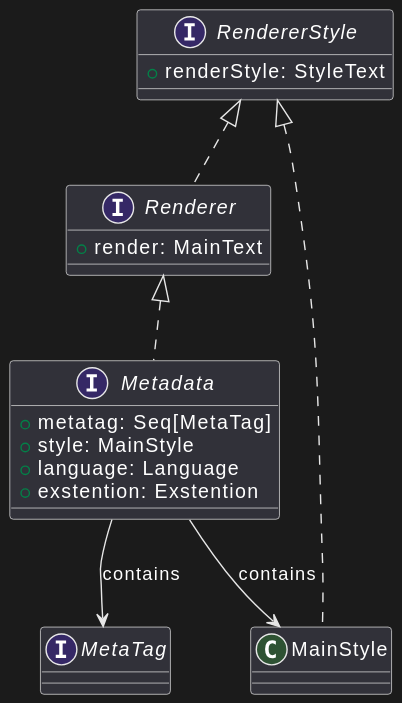
This is docs/diagram/metadataUML.svg from PPS-24-Papyrus/PPS-24-papyrus, a PlantUML export, as it was before one commit. Its diagram source:
```plantuml
@startuml
interface RendererStyle {
    +renderStyle: StyleText
}

interface Renderer {
    +render: MainText
}

interface Metadata {
    +metatag: Seq[MetaTag]
    +style: MainStyle
    +language: Language
    +exstention: Exstention
}

interface MetaTag {
}

class MainStyle {
}

RendererStyle <|.. Renderer
Renderer <|.. Metadata
RendererStyle <|.. MainStyle

Metadata --> MainStyle : contains
Metadata --> MetaTag : contains
@enduml
```
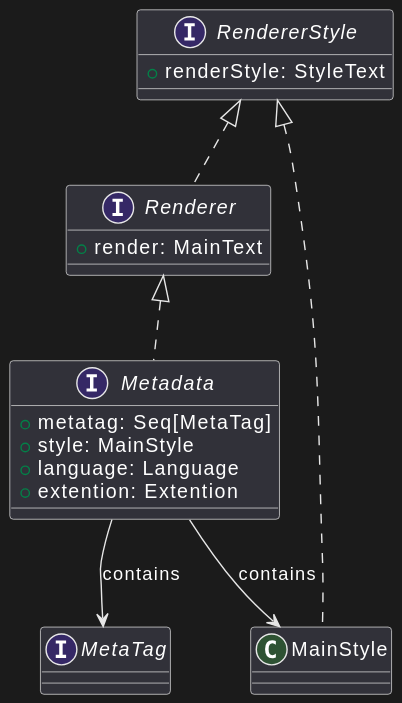
After the change.

Diff of the diagram source:
```diff
@@ -11,7 +11,7 @@
     +metatag: Seq[MetaTag]
     +style: MainStyle
     +language: Language
-    +exstention: Exstention
+    +extention: Extention
 }
 
 interface MetaTag {
```
